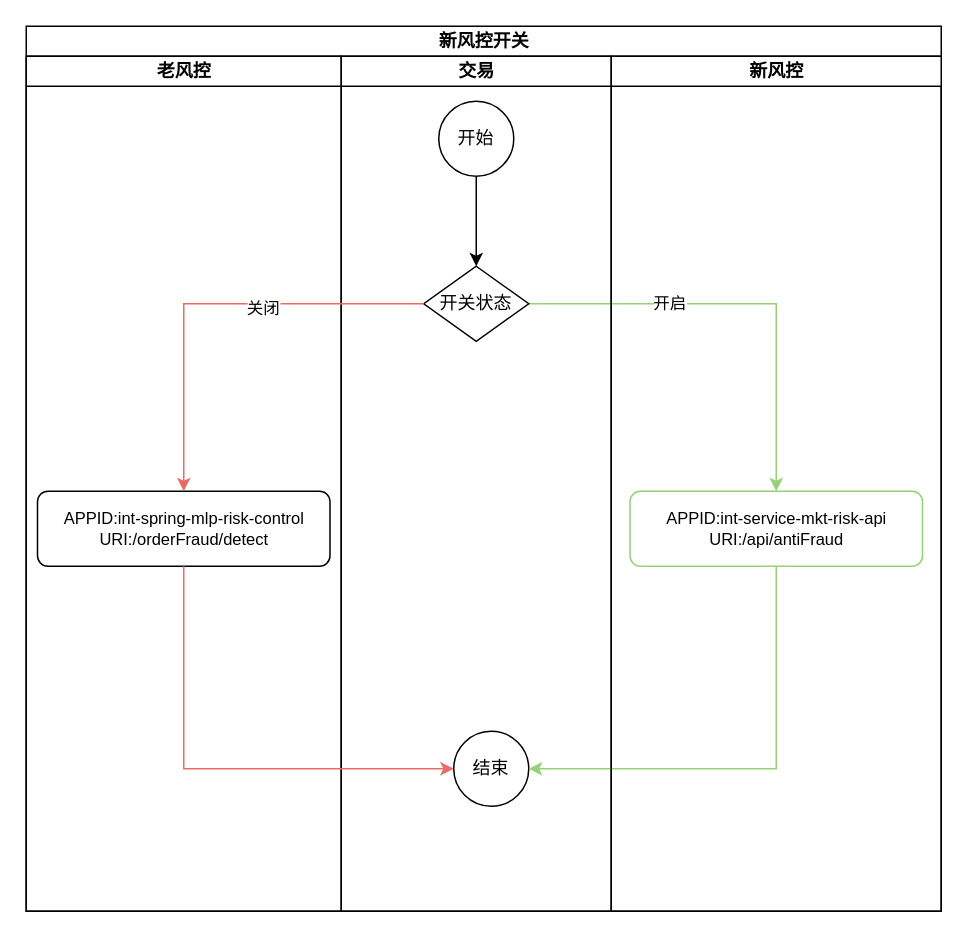
Before: riskCheck.drawio in tmdrk/springboot-brief, a draw.io diagram. Source tidied: cells renumbered, new cells numbered last; positions are measured from the earlier drawing's top-left corner, leaving out a move shared by most shapes. Both pictures are drawn from the tidied source at 150%, with x=0, y=0 at pixel (26, 26).
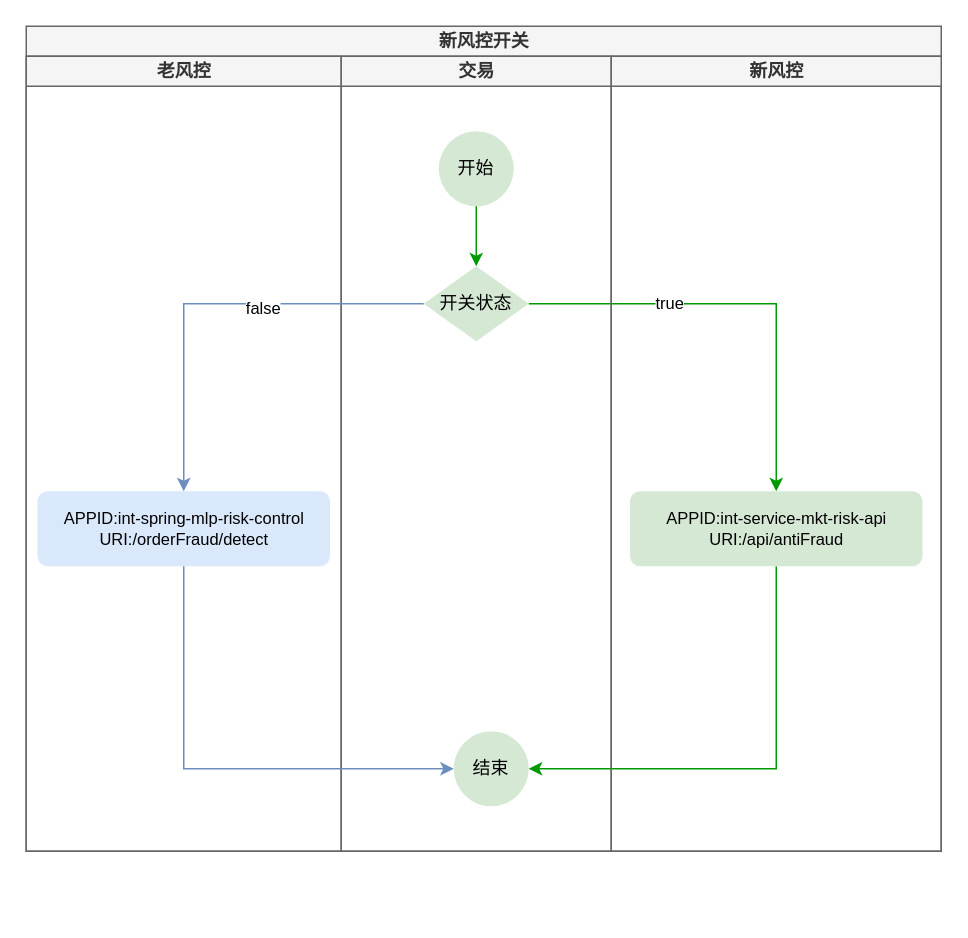
The same page after the edit.

The edit, as a diff of the source:
```diff
@@
 <mxGraphModel>
   <root>
     <mxCell id="0" />
     <mxCell id="1" parent="0" />
-    <mxCell id="2" value="新风控开关" style="swimlane;startSize=20;html=1;" parent="1" vertex="1">
-      <mxGeometry width="610" height="590" as="geometry" />
+    <mxCell id="2" value="新风控开关" style="swimlane;startSize=20;html=1;fillColor=#f5f5f5;fontColor=#333333;strokeColor=#666666;" parent="1" vertex="1">
+      <mxGeometry width="610" height="550" as="geometry" />
     </mxCell>
-    <mxCell id="3" value="老风控" style="swimlane;startSize=20;html=1;" parent="2" vertex="1">
-      <mxGeometry y="20" width="210" height="570" as="geometry" />
+    <mxCell id="3" value="老风控" style="swimlane;startSize=20;html=1;fillColor=#f5f5f5;fontColor=#333333;strokeColor=#666666;" parent="2" vertex="1">
+      <mxGeometry y="20" width="210" height="530" as="geometry" />
     </mxCell>
-    <mxCell id="4" value="&lt;div style=&quot;font-size: 11px;&quot;&gt;&lt;div&gt;APPID:int-spring-mlp-risk-control&lt;/div&gt;&lt;div&gt;URI:/orderFraud/detect&lt;/div&gt;&lt;/div&gt;" style="rounded=1;whiteSpace=wrap;html=1;absoluteArcSize=1;arcSize=14;strokeWidth=1;" parent="3" vertex="1">
+    <mxCell id="4" value="&lt;div style=&quot;font-size: 11px;&quot;&gt;&lt;div&gt;APPID:int-spring-mlp-risk-control&lt;/div&gt;&lt;div&gt;URI:/orderFraud/detect&lt;/div&gt;&lt;/div&gt;" style="rounded=1;whiteSpace=wrap;html=1;absoluteArcSize=1;arcSize=14;strokeWidth=1;fillColor=#dae8fc;strokeColor=none;" parent="3" vertex="1">
       <mxGeometry x="7.5" y="290" width="195" height="50" as="geometry" />
     </mxCell>
-    <mxCell id="5" style="edgeStyle=orthogonalEdgeStyle;rounded=0;jettySize=auto;html=1;exitX=1;exitY=0.5;exitDx=0;exitDy=0;exitPerimeter=0;entryX=0.5;entryY=0;entryDx=0;entryDy=0;strokeColor=#97D077;" parent="2" edge="1" source="9" target="17">
+    <mxCell id="5" style="edgeStyle=orthogonalEdgeStyle;rounded=0;jettySize=auto;html=1;exitX=1;exitY=0.5;exitDx=0;exitDy=0;exitPerimeter=0;entryX=0.5;entryY=0;entryDx=0;entryDy=0;strokeColor=#009900;" parent="2" edge="1" source="9" target="17">
       <mxGeometry relative="1" as="geometry" />
     </mxCell>
-    <mxCell id="6" value="开启" style="edgeLabel;html=1;align=center;verticalAlign=middle;" parent="5" vertex="1">
+    <mxCell id="6" value="true" style="edgeLabel;html=1;align=center;verticalAlign=middle;" parent="5" vertex="1">
       <mxGeometry x="-0.36" y="1" relative="1" as="geometry" />
     </mxCell>
-    <mxCell id="7" value="交易" style="swimlane;startSize=20;html=1;" parent="2" vertex="1">
-      <mxGeometry x="210" y="20" width="180" height="570" as="geometry" />
+    <mxCell id="7" value="交易" style="swimlane;startSize=20;html=1;fillColor=#f5f5f5;fontColor=#333333;strokeColor=#666666;" parent="2" vertex="1">
+      <mxGeometry x="210" y="20" width="180" height="530" as="geometry" />
     </mxCell>
-    <mxCell id="8" value="开始" style="strokeWidth=1;html=1;shape=mxgraph.flowchart.start_2;whiteSpace=wrap;" parent="7" vertex="1">
-      <mxGeometry x="65" y="30" width="50" height="50" as="geometry" />
+    <mxCell id="8" value="开始" style="strokeWidth=1;html=1;shape=mxgraph.flowchart.start_2;whiteSpace=wrap;fillColor=#d5e8d4;strokeColor=none;" parent="7" vertex="1">
+      <mxGeometry x="65" y="50" width="50" height="50" as="geometry" />
     </mxCell>
-    <mxCell id="9" value="开关状态" style="strokeWidth=1;html=1;shape=mxgraph.flowchart.decision;whiteSpace=wrap;" parent="7" vertex="1">
+    <mxCell id="9" value="开关状态" style="strokeWidth=1;html=1;shape=mxgraph.flowchart.decision;whiteSpace=wrap;fillColor=#d5e8d4;strokeColor=none;" parent="7" vertex="1">
       <mxGeometry x="55" y="140" width="70" height="50" as="geometry" />
     </mxCell>
-    <mxCell id="10" style="edgeStyle=orthogonalEdgeStyle;rounded=0;jettySize=auto;html=1;entryX=0.5;entryY=0;entryDx=0;entryDy=0;entryPerimeter=0;" parent="7" edge="1" source="8" target="9">
+    <mxCell id="10" style="edgeStyle=orthogonalEdgeStyle;rounded=0;jettySize=auto;html=1;entryX=0.5;entryY=0;entryDx=0;entryDy=0;entryPerimeter=0;strokeColor=#009900;" parent="7" edge="1" source="8" target="9">
       <mxGeometry relative="1" as="geometry" />
     </mxCell>
-    <mxCell id="11" value="结束" style="strokeWidth=1;html=1;shape=mxgraph.flowchart.start_2;whiteSpace=wrap;" parent="7" vertex="1">
+    <mxCell id="11" value="结束" style="strokeWidth=1;html=1;shape=mxgraph.flowchart.start_2;whiteSpace=wrap;fillColor=#d5e8d4;strokeColor=none;" parent="7" vertex="1">
       <mxGeometry x="75" y="450" width="50" height="50" as="geometry" />
     </mxCell>
-    <mxCell id="12" style="edgeStyle=orthogonalEdgeStyle;rounded=0;jettySize=auto;html=1;entryX=0.5;entryY=0;entryDx=0;entryDy=0;strokeColor=#EA6B66;" parent="2" edge="1" source="9" target="4">
+    <mxCell id="12" style="edgeStyle=orthogonalEdgeStyle;rounded=0;jettySize=auto;html=1;entryX=0.5;entryY=0;entryDx=0;entryDy=0;strokeColor=#6C8EBF;" parent="2" edge="1" source="9" target="4">
       <mxGeometry relative="1" as="geometry" />
     </mxCell>
-    <mxCell id="13" value="关闭" style="edgeLabel;html=1;align=center;verticalAlign=middle;" parent="12" vertex="1">
+    <mxCell id="13" value="false" style="edgeLabel;html=1;align=center;verticalAlign=middle;" parent="12" vertex="1">
       <mxGeometry x="-0.24" y="2" relative="1" as="geometry" />
     </mxCell>
-    <mxCell id="14" style="edgeStyle=orthogonalEdgeStyle;rounded=0;jettySize=auto;html=1;exitX=0.5;exitY=1;exitDx=0;exitDy=0;entryX=0;entryY=0.5;entryDx=0;entryDy=0;entryPerimeter=0;strokeColor=#EA6B66;" parent="2" edge="1" source="4" target="11">
+    <mxCell id="14" style="edgeStyle=orthogonalEdgeStyle;rounded=0;jettySize=auto;html=1;exitX=0.5;exitY=1;exitDx=0;exitDy=0;entryX=0;entryY=0.5;entryDx=0;entryDy=0;entryPerimeter=0;strokeColor=#6C8EBF;" parent="2" edge="1" source="4" target="11">
       <mxGeometry relative="1" as="geometry" />
     </mxCell>
-    <mxCell id="15" style="edgeStyle=orthogonalEdgeStyle;rounded=0;jettySize=auto;html=1;exitX=0.5;exitY=1;exitDx=0;exitDy=0;entryX=1;entryY=0.5;entryDx=0;entryDy=0;entryPerimeter=0;strokeColor=#97D077;" parent="2" edge="1" source="17" target="11">
+    <mxCell id="15" style="edgeStyle=orthogonalEdgeStyle;rounded=0;jettySize=auto;html=1;exitX=0.5;exitY=1;exitDx=0;exitDy=0;entryX=1;entryY=0.5;entryDx=0;entryDy=0;entryPerimeter=0;strokeColor=#009900;" parent="2" edge="1" source="17" target="11">
       <mxGeometry relative="1" as="geometry" />
     </mxCell>
-    <mxCell id="16" value="新风控" style="swimlane;startSize=20;html=1;" parent="2" vertex="1">
-      <mxGeometry x="390" y="20" width="220" height="570" as="geometry" />
+    <mxCell id="16" value="新风控" style="swimlane;startSize=20;html=1;fillColor=#f5f5f5;fontColor=#333333;strokeColor=#666666;" parent="2" vertex="1">
+      <mxGeometry x="390" y="20" width="220" height="530" as="geometry" />
     </mxCell>
-    <mxCell id="17" value="&lt;div style=&quot;font-size: 11px;&quot;&gt;&lt;div&gt;APPID:int-service-mkt-risk-api&lt;/div&gt;&lt;div&gt;URI:/api/antiFraud&lt;/div&gt;&lt;/div&gt;" style="rounded=1;whiteSpace=wrap;html=1;absoluteArcSize=1;arcSize=14;strokeWidth=1;strokeColor=#97D077;" parent="16" vertex="1">
+    <mxCell id="17" value="&lt;div style=&quot;font-size: 11px;&quot;&gt;&lt;div&gt;APPID:int-service-mkt-risk-api&lt;/div&gt;&lt;div&gt;URI:/api/antiFraud&lt;/div&gt;&lt;/div&gt;" style="rounded=1;whiteSpace=wrap;html=1;absoluteArcSize=1;arcSize=14;strokeWidth=1;strokeColor=none;fillColor=#d5e8d4;" parent="16" vertex="1">
       <mxGeometry x="12.5" y="290" width="195" height="50" as="geometry" />
     </mxCell>
   </root>
 </mxGraphModel>
```
